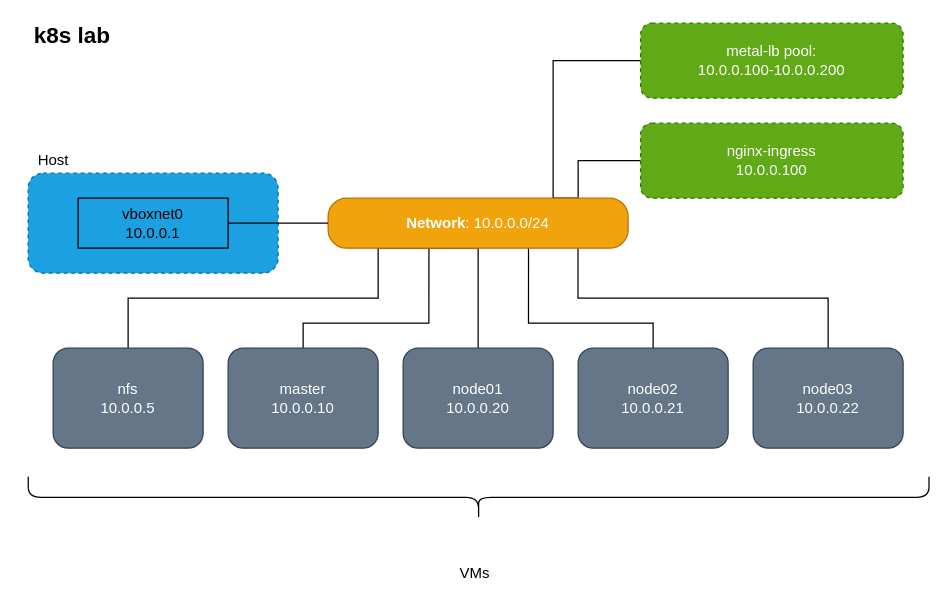
Before: scheme/localk8s.drawio in fl64/localk8s, a draw.io diagram. Source tidied: cells renumbered, new cells numbered last; positions are measured from the earlier drawing's top-left corner, leaving out a move shared by most shapes. Both pictures are drawn from the tidied source at 125%, with x=0, y=0 at pixel (21, 22).
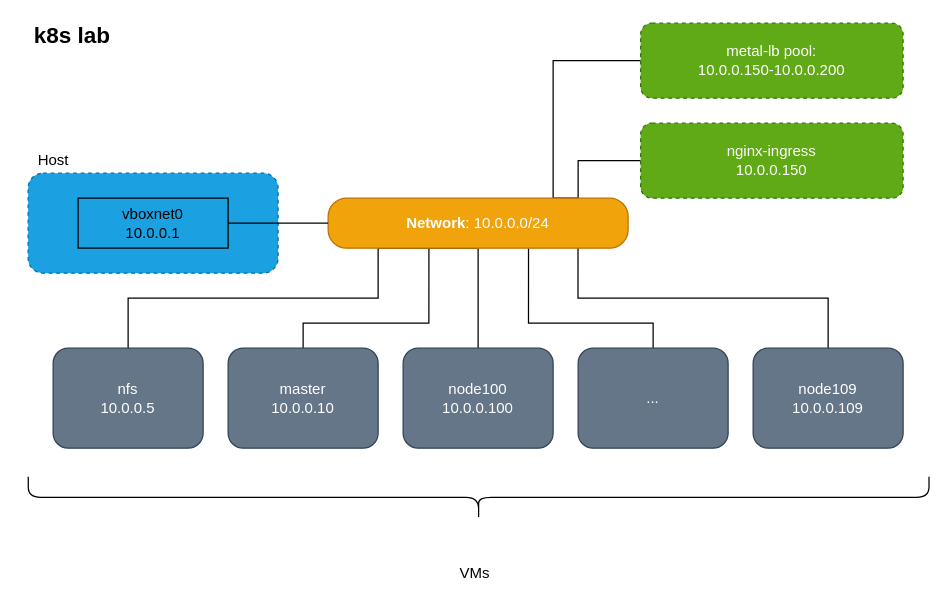
The same page after the edit.

What changed in the source:
```diff
@@
-    <mxCell id="6" value="node01&lt;br&gt;10.0.0.20" style="rounded=1;whiteSpace=wrap;html=1;fillColor=#647687;strokeColor=#314354;fontColor=#ffffff;" parent="1" vertex="1">
+    <mxCell id="6" value="node100&lt;br&gt;10.0.0.100" style="rounded=1;whiteSpace=wrap;html=1;fillColor=#647687;strokeColor=#314354;fontColor=#ffffff;" parent="1" vertex="1">
       <mxGeometry x="305" y="260" width="120" height="80" as="geometry" />
     </mxCell>
@@
-    <mxCell id="8" value="node02&lt;br&gt;10.0.0.21" style="rounded=1;whiteSpace=wrap;html=1;fillColor=#647687;strokeColor=#314354;fontColor=#ffffff;" parent="1" vertex="1">
+    <mxCell id="8" value="..." style="rounded=1;whiteSpace=wrap;html=1;fillColor=#647687;strokeColor=#314354;fontColor=#ffffff;" parent="1" vertex="1">
       <mxGeometry x="445" y="260" width="120" height="80" as="geometry" />
     </mxCell>
@@
-    <mxCell id="20" value="node03&lt;br&gt;10.0.0.22" style="rounded=1;whiteSpace=wrap;html=1;fillColor=#647687;strokeColor=#314354;fontColor=#ffffff;" parent="1" vertex="1">
+    <mxCell id="20" value="node109&lt;br&gt;10.0.0.109" style="rounded=1;whiteSpace=wrap;html=1;fillColor=#647687;strokeColor=#314354;fontColor=#ffffff;" parent="1" vertex="1">
       <mxGeometry x="585" y="260" width="120" height="80" as="geometry" />
     </mxCell>
-    <mxCell id="21" value="&lt;span style=&quot;color: rgb(255 , 255 , 255)&quot;&gt;metal-lb pool:&lt;/span&gt;&lt;br style=&quot;color: rgb(255 , 255 , 255)&quot;&gt;&lt;span style=&quot;color: rgb(255 , 255 , 255)&quot;&gt;10.0.0.100-10.0.0.200&lt;/span&gt;" style="rounded=1;whiteSpace=wrap;html=1;dashed=1;fillColor=#60a917;strokeColor=#2D7600;fontColor=#ffffff;" parent="1" vertex="1">
+    <mxCell id="21" value="&lt;span style=&quot;color: rgb(255 , 255 , 255)&quot;&gt;metal-lb pool:&lt;/span&gt;&lt;br style=&quot;color: rgb(255 , 255 , 255)&quot;&gt;&lt;span style=&quot;color: rgb(255 , 255 , 255)&quot;&gt;10.0.0.150-10.0.0.200&lt;/span&gt;" style="rounded=1;whiteSpace=wrap;html=1;dashed=1;fillColor=#60a917;strokeColor=#2D7600;fontColor=#ffffff;" parent="1" vertex="1">
       <mxGeometry x="495" width="210" height="60" as="geometry" />
     </mxCell>
-    <mxCell id="22" value="&lt;span style=&quot;color: rgb(255 , 255 , 255)&quot;&gt;nginx-ingress&lt;/span&gt;&lt;br style=&quot;color: rgb(255 , 255 , 255)&quot;&gt;&lt;span style=&quot;color: rgb(255 , 255 , 255)&quot;&gt;10.0.0.100&lt;/span&gt;" style="rounded=1;whiteSpace=wrap;html=1;dashed=1;fillColor=#60a917;strokeColor=#2D7600;fontColor=#ffffff;" parent="1" vertex="1">
+    <mxCell id="22" value="&lt;span style=&quot;color: rgb(255 , 255 , 255)&quot;&gt;nginx-ingress&lt;/span&gt;&lt;br style=&quot;color: rgb(255 , 255 , 255)&quot;&gt;&lt;span style=&quot;color: rgb(255 , 255 , 255)&quot;&gt;10.0.0.150&lt;/span&gt;" style="rounded=1;whiteSpace=wrap;html=1;dashed=1;fillColor=#60a917;strokeColor=#2D7600;fontColor=#ffffff;" parent="1" vertex="1">
       <mxGeometry x="495" y="80" width="210" height="60" as="geometry" />
     </mxCell>
```
